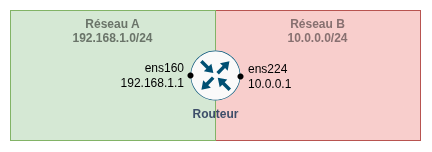
Earlier version of the draw.io export assets/images/04-routage.png (cegepmv/420-312). Source tidied: cells renumbered, new cells last; positions are measured from the earlier drawing's top-left corner, leaving out a move shared by most shapes.
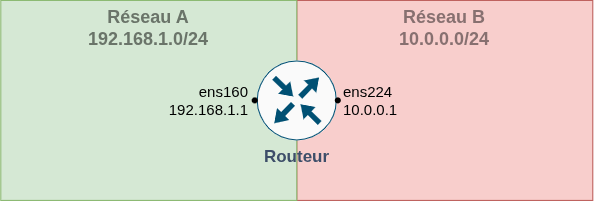
Later version of the same file.

Diff of the diagram source:
```diff
@@ -2,26 +2,26 @@
   <root>
     <mxCell id="0" />
     <mxCell id="1" parent="0" />
-    <mxCell id="2" value="&lt;b style=&quot;color: light-dark(rgb(135, 112, 112), rgb(75, 97, 130));&quot;&gt;Réseau B&lt;/b&gt;&lt;div&gt;&lt;b style=&quot;color: light-dark(rgb(135, 112, 112), rgb(75, 97, 130));&quot;&gt;10.0.0.0/24&lt;/b&gt;&lt;/div&gt;" style="rounded=0;whiteSpace=wrap;html=1;fillColor=#f8cecc;strokeColor=#b85450;labelPosition=center;verticalLabelPosition=middle;align=center;verticalAlign=top;" parent="1" vertex="1">
-      <mxGeometry x="205" width="205" height="130" as="geometry" />
+    <mxCell id="2" value="&lt;b style=&quot;color: light-dark(rgb(135, 112, 112), rgb(75, 97, 130));&quot;&gt;&lt;font style=&quot;font-size: 18px;&quot;&gt;Réseau B&lt;/font&gt;&lt;/b&gt;&lt;div&gt;&lt;b style=&quot;color: light-dark(rgb(135, 112, 112), rgb(75, 97, 130));&quot;&gt;&lt;font style=&quot;font-size: 18px;&quot;&gt;10.0.0.0/24&lt;/font&gt;&lt;/b&gt;&lt;/div&gt;" style="rounded=0;whiteSpace=wrap;html=1;fillColor=#f8cecc;strokeColor=#b85450;labelPosition=center;verticalLabelPosition=middle;align=center;verticalAlign=top;" parent="1" vertex="1">
+      <mxGeometry x="254" y="110" width="296" height="200" as="geometry" />
     </mxCell>
-    <mxCell id="3" value="&lt;b style=&quot;color: light-dark(rgb(106, 116, 105), rgb(75, 97, 130));&quot;&gt;Réseau A&lt;/b&gt;&lt;div&gt;&lt;b style=&quot;color: light-dark(rgb(106, 116, 105), rgb(75, 97, 130));&quot;&gt;192.168.1.0/24&lt;/b&gt;&lt;/div&gt;" style="rounded=0;whiteSpace=wrap;html=1;fillColor=#d5e8d4;strokeColor=#82b366;labelPosition=center;verticalLabelPosition=middle;align=center;verticalAlign=top;" parent="1" vertex="1">
-      <mxGeometry width="205" height="130" as="geometry" />
+    <mxCell id="3" value="&lt;b style=&quot;color: light-dark(rgb(106, 116, 105), rgb(75, 97, 130));&quot;&gt;&lt;font style=&quot;font-size: 18px;&quot;&gt;Réseau A&lt;/font&gt;&lt;/b&gt;&lt;div&gt;&lt;b style=&quot;color: light-dark(rgb(106, 116, 105), rgb(75, 97, 130));&quot;&gt;&lt;font style=&quot;font-size: 18px;&quot;&gt;192.168.1.0/24&lt;/font&gt;&lt;/b&gt;&lt;/div&gt;" style="rounded=0;whiteSpace=wrap;html=1;fillColor=#d5e8d4;strokeColor=#82b366;labelPosition=center;verticalLabelPosition=middle;align=center;verticalAlign=top;" parent="1" vertex="1">
+      <mxGeometry x="-42" y="110" width="296" height="200" as="geometry" />
     </mxCell>
-    <mxCell id="4" value="&lt;span style=&quot;color: rgb(61, 78, 105);&quot;&gt;&lt;b&gt;Routeur&lt;/b&gt;&lt;/span&gt;" style="sketch=0;verticalLabelPosition=bottom;html=1;verticalAlign=top;align=center;shape=mxgraph.cisco19.rect;prIcon=router;fillColor=#FAFAFA;strokeColor=#005073;labelBackgroundColor=none;" parent="1" vertex="1">
-      <mxGeometry x="180" y="40" width="50" height="50" as="geometry" />
+    <mxCell id="4" value="&lt;span style=&quot;color: rgb(61, 78, 105);&quot;&gt;&lt;b&gt;&lt;font style=&quot;font-size: 17px;&quot;&gt;Routeur&lt;/font&gt;&lt;/b&gt;&lt;/span&gt;" style="sketch=0;verticalLabelPosition=bottom;html=1;verticalAlign=top;align=center;shape=mxgraph.cisco19.rect;prIcon=router;fillColor=#FAFAFA;strokeColor=#005073;labelBackgroundColor=none;" parent="1" vertex="1">
+      <mxGeometry x="214" y="170" width="80" height="80" as="geometry" />
     </mxCell>
-    <mxCell id="5" value="ens160&lt;div&gt;192.168.1.1&lt;/div&gt;" style="text;html=1;whiteSpace=wrap;strokeColor=none;fillColor=none;align=right;verticalAlign=middle;rounded=0;" parent="1" vertex="1">
-      <mxGeometry x="108" y="50" width="68" height="30" as="geometry" />
+    <mxCell id="5" value="ens160&lt;div&gt;192.168.1.1&lt;/div&gt;" style="text;html=1;whiteSpace=wrap;strokeColor=none;fillColor=none;align=right;verticalAlign=middle;rounded=0;fontSize=15;" parent="1" vertex="1">
+      <mxGeometry x="140" y="195" width="68" height="30" as="geometry" />
     </mxCell>
     <mxCell id="6" style="shape=waypoint;sketch=0;fillStyle=solid;size=6;fillColor=none;perimeter=centerPerimeter;" parent="1" vertex="1">
-      <mxGeometry x="170" y="55" width="20" height="20" as="geometry" />
+      <mxGeometry x="202" y="200" width="20" height="20" as="geometry" />
     </mxCell>
     <mxCell id="7" style="shape=waypoint;sketch=0;fillStyle=solid;size=6;fillColor=none;perimeter=centerPerimeter;" parent="1" vertex="1">
-      <mxGeometry x="220" y="56" width="20" height="20" as="geometry" />
+      <mxGeometry x="285" y="200" width="20" height="20" as="geometry" />
     </mxCell>
-    <mxCell id="8" value="ens224&lt;div&gt;10.0.0.1&lt;/div&gt;" style="text;html=1;whiteSpace=wrap;strokeColor=none;fillColor=none;align=left;verticalAlign=middle;rounded=0;" parent="1" vertex="1">
-      <mxGeometry x="236" y="51" width="68" height="30" as="geometry" />
+    <mxCell id="8" value="&lt;font style=&quot;font-size: 15px;&quot;&gt;ens224&lt;/font&gt;&lt;div&gt;&lt;font style=&quot;font-size: 15px;&quot;&gt;10.0.0.1&lt;/font&gt;&lt;/div&gt;" style="text;html=1;whiteSpace=wrap;strokeColor=none;fillColor=none;align=left;verticalAlign=middle;rounded=0;" parent="1" vertex="1">
+      <mxGeometry x="299" y="195" width="68" height="30" as="geometry" />
     </mxCell>
   </root>
 </mxGraphModel>
```
